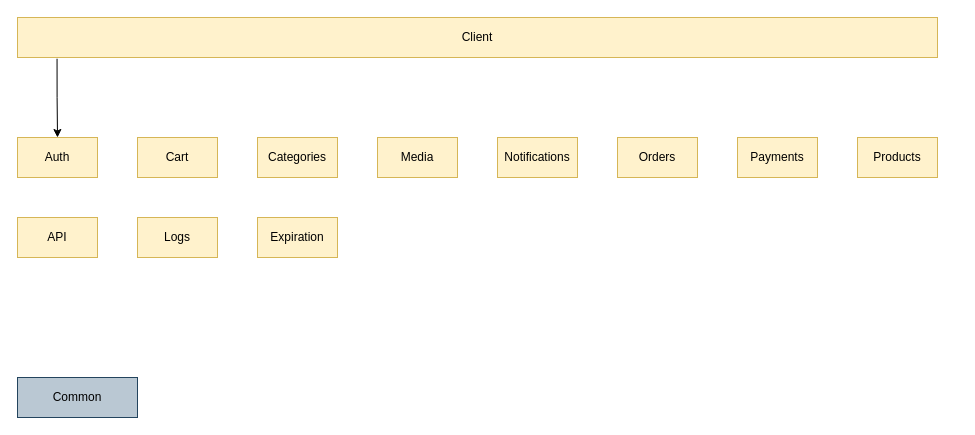
Above: Shop.drawio in r3sdev/shop (draw.io), before the change. Source tidied: cells renumbered, new cells numbered last; positions are measured from the earlier drawing's top-left corner, leaving out a move shared by most shapes. Both pictures are drawn from the tidied source at 100%, with x=0, y=0 at pixel (17, 17).
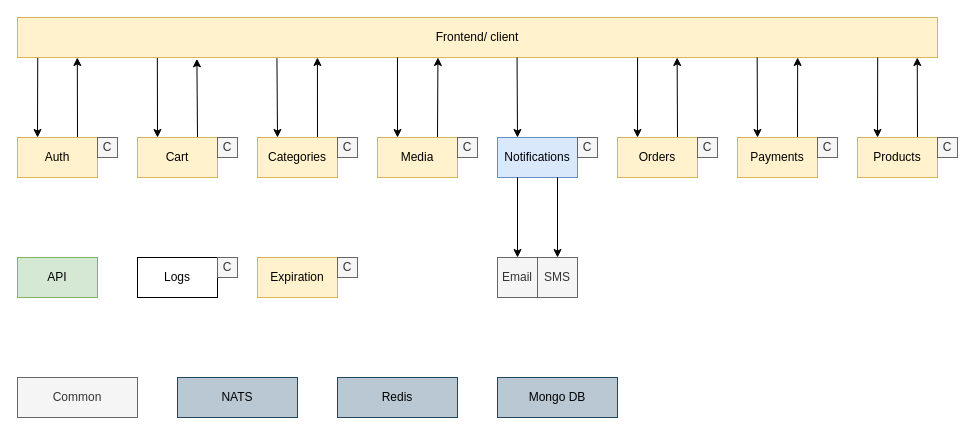
The same diagram, later.

Change to the diagram source:
```diff
@@
-    <mxCell id="2" value="API" style="rounded=0;whiteSpace=wrap;html=1;fillColor=#fff2cc;strokeColor=#d6b656;" parent="1" vertex="1">
-      <mxGeometry y="200" width="80" height="40" as="geometry" />
+    <mxCell id="2" value="API" style="whiteSpace=wrap;html=1;fillColor=#d5e8d4;strokeColor=#82b366;" parent="1" vertex="1">
+      <mxGeometry y="240" width="80" height="40" as="geometry" />
     </mxCell>
+    <mxCell id="16" style="edgeStyle=none;jettySize=auto;html=1;exitX=0.75;exitY=0;exitDx=0;exitDy=0;entryX=0.065;entryY=1;entryDx=0;entryDy=0;entryPerimeter=0;" parent="1" edge="1" source="3" target="7">
+      <mxGeometry relative="1" as="geometry" />
+    </mxCell>
+    <mxCell id="6" style="edgeStyle=none;jettySize=auto;html=1;exitX=0.022;exitY=1;exitDx=0;exitDy=0;entryX=0.25;entryY=0;entryDx=0;entryDy=0;exitPerimeter=0;" parent="1" edge="1" source="7" target="3">
+      <mxGeometry relative="1" as="geometry" />
+    </mxCell>
-    <mxCell id="3" value="Auth" style="rounded=0;whiteSpace=wrap;html=1;fillColor=#fff2cc;strokeColor=#d6b656;glass=0;shadow=0;comic=0;" parent="1" vertex="1">
+    <mxCell id="3" value="Auth" style="whiteSpace=wrap;html=1;fillColor=#fff2cc;strokeColor=#d6b656;glass=0;shadow=0;comic=0;" parent="1" vertex="1">
       <mxGeometry y="120" width="80" height="40" as="geometry" />
     </mxCell>
+    <mxCell id="17" style="edgeStyle=none;jettySize=auto;html=1;exitX=0.152;exitY=1;exitDx=0;exitDy=0;entryX=0.25;entryY=0;entryDx=0;entryDy=0;exitPerimeter=0;" parent="1" edge="1" source="7" target="4">
+      <mxGeometry relative="1" as="geometry" />
+    </mxCell>
+    <mxCell id="18" style="edgeStyle=none;jettySize=auto;html=1;exitX=0.75;exitY=0;exitDx=0;exitDy=0;entryX=0.195;entryY=1.033;entryDx=0;entryDy=0;entryPerimeter=0;" parent="1" edge="1" source="4" target="7">
+      <mxGeometry relative="1" as="geometry" />
+    </mxCell>
-    <mxCell id="4" value="Cart" style="rounded=0;whiteSpace=wrap;html=1;fillColor=#fff2cc;strokeColor=#d6b656;" parent="1" vertex="1">
+    <mxCell id="4" value="Cart" style="whiteSpace=wrap;html=1;fillColor=#fff2cc;strokeColor=#d6b656;" parent="1" vertex="1">
       <mxGeometry x="120" y="120" width="80" height="40" as="geometry" />
     </mxCell>
+    <mxCell id="19" style="edgeStyle=none;jettySize=auto;html=1;exitX=0.282;exitY=1.017;exitDx=0;exitDy=0;entryX=0.25;entryY=0;entryDx=0;entryDy=0;exitPerimeter=0;" parent="1" edge="1" source="7" target="5">
+      <mxGeometry relative="1" as="geometry" />
+    </mxCell>
+    <mxCell id="20" style="edgeStyle=none;jettySize=auto;html=1;exitX=0.75;exitY=0;exitDx=0;exitDy=0;entryX=0.326;entryY=1;entryDx=0;entryDy=0;entryPerimeter=0;" parent="1" edge="1" source="5" target="7">
+      <mxGeometry relative="1" as="geometry" />
+    </mxCell>
-    <mxCell id="5" value="Categories" style="rounded=0;whiteSpace=wrap;html=1;fillColor=#fff2cc;strokeColor=#d6b656;" parent="1" vertex="1">
+    <mxCell id="5" value="Categories" style="whiteSpace=wrap;html=1;fillColor=#fff2cc;strokeColor=#d6b656;" parent="1" vertex="1">
       <mxGeometry x="240" y="120" width="80" height="40" as="geometry" />
     </mxCell>
-    <mxCell id="6" style="edgeStyle=orthogonalEdgeStyle;rounded=0;jettySize=auto;html=1;exitX=0.043;exitY=1.031;exitDx=0;exitDy=0;exitPerimeter=0;entryX=0.5;entryY=0;entryDx=0;entryDy=0;" parent="1" edge="1" source="7" target="3">
-      <mxGeometry relative="1" as="geometry">
-        <Array as="points">
-          <mxPoint x="40" y="80" />
-          <mxPoint x="40" y="80" />
-        </Array>
-      </mxGeometry>
-    </mxCell>
-    <mxCell id="7" value="Client" style="rounded=0;whiteSpace=wrap;html=1;fillColor=#fff2cc;strokeColor=#d6b656;" parent="1" vertex="1">
+    <mxCell id="7" value="Frontend/ client" style="whiteSpace=wrap;html=1;fillColor=#fff2cc;strokeColor=#d6b656;" parent="1" vertex="1">
       <mxGeometry width="920" height="40" as="geometry" />
     </mxCell>
-    <mxCell id="8" value="Common" style="rounded=0;whiteSpace=wrap;html=1;fillColor=#bac8d3;strokeColor=#23445d;" parent="1" vertex="1">
+    <mxCell id="8" value="Common" style="whiteSpace=wrap;html=1;fillColor=#f5f5f5;strokeColor=#666666;fontColor=#333333;" parent="1" vertex="1">
       <mxGeometry y="360" width="120" height="40" as="geometry" />
     </mxCell>
-    <mxCell id="9" value="Expiration" style="rounded=0;whiteSpace=wrap;html=1;fillColor=#fff2cc;strokeColor=#d6b656;" parent="1" vertex="1">
-      <mxGeometry x="240" y="200" width="80" height="40" as="geometry" />
+    <mxCell id="9" value="Expiration" style="whiteSpace=wrap;html=1;fillColor=#fff2cc;strokeColor=#d6b656;" parent="1" vertex="1">
+      <mxGeometry x="240" y="240" width="80" height="40" as="geometry" />
     </mxCell>
-    <mxCell id="10" value="Logs" style="rounded=0;whiteSpace=wrap;html=1;fillColor=#fff2cc;strokeColor=#d6b656;" parent="1" vertex="1">
-      <mxGeometry x="120" y="200" width="80" height="40" as="geometry" />
+    <mxCell id="10" value="Logs" style="whiteSpace=wrap;html=1;" parent="1" vertex="1">
+      <mxGeometry x="120" y="240" width="80" height="40" as="geometry" />
     </mxCell>
+    <mxCell id="21" style="edgeStyle=none;jettySize=auto;html=1;exitX=0.413;exitY=1;exitDx=0;exitDy=0;entryX=0.25;entryY=0;entryDx=0;entryDy=0;exitPerimeter=0;" parent="1" edge="1" source="7" target="11">
+      <mxGeometry relative="1" as="geometry" />
+    </mxCell>
+    <mxCell id="22" style="edgeStyle=none;jettySize=auto;html=1;exitX=0.75;exitY=0;exitDx=0;exitDy=0;entryX=0.457;entryY=1;entryDx=0;entryDy=0;entryPerimeter=0;" parent="1" edge="1" source="11" target="7">
+      <mxGeometry relative="1" as="geometry" />
+    </mxCell>
-    <mxCell id="11" value="Media" style="rounded=0;whiteSpace=wrap;html=1;fillColor=#fff2cc;strokeColor=#d6b656;" parent="1" vertex="1">
+    <mxCell id="11" value="Media" style="whiteSpace=wrap;html=1;fillColor=#fff2cc;strokeColor=#d6b656;" parent="1" vertex="1">
       <mxGeometry x="360" y="120" width="80" height="40" as="geometry" />
     </mxCell>
+    <mxCell id="23" style="edgeStyle=none;jettySize=auto;html=1;exitX=0.543;exitY=1;exitDx=0;exitDy=0;entryX=0.25;entryY=0;entryDx=0;entryDy=0;exitPerimeter=0;" parent="1" edge="1" source="7" target="12">
+      <mxGeometry relative="1" as="geometry" />
+    </mxCell>
-    <mxCell id="12" value="Notifications" style="rounded=0;whiteSpace=wrap;html=1;fillColor=#fff2cc;strokeColor=#d6b656;" parent="1" vertex="1">
+    <mxCell id="12" value="Notifications" style="whiteSpace=wrap;html=1;fillColor=#dae8fc;strokeColor=#6c8ebf;" parent="1" vertex="1">
       <mxGeometry x="480" y="120" width="80" height="40" as="geometry" />
     </mxCell>
+    <mxCell id="24" style="edgeStyle=none;jettySize=auto;html=1;exitX=0.674;exitY=1;exitDx=0;exitDy=0;entryX=0.25;entryY=0;entryDx=0;entryDy=0;exitPerimeter=0;" parent="1" edge="1" source="7" target="13">
+      <mxGeometry relative="1" as="geometry" />
+    </mxCell>
+    <mxCell id="25" style="edgeStyle=none;jettySize=auto;html=1;exitX=0.75;exitY=0;exitDx=0;exitDy=0;entryX=0.717;entryY=1;entryDx=0;entryDy=0;entryPerimeter=0;" parent="1" edge="1" source="13" target="7">
+      <mxGeometry relative="1" as="geometry" />
+    </mxCell>
-    <mxCell id="13" value="Orders" style="rounded=0;whiteSpace=wrap;html=1;fillColor=#fff2cc;strokeColor=#d6b656;" parent="1" vertex="1">
+    <mxCell id="13" value="Orders" style="whiteSpace=wrap;html=1;fillColor=#fff2cc;strokeColor=#d6b656;" parent="1" vertex="1">
       <mxGeometry x="600" y="120" width="80" height="40" as="geometry" />
     </mxCell>
+    <mxCell id="26" style="edgeStyle=none;jettySize=auto;html=1;exitX=0.804;exitY=1;exitDx=0;exitDy=0;entryX=0.25;entryY=0;entryDx=0;entryDy=0;exitPerimeter=0;" parent="1" edge="1" source="7" target="14">
+      <mxGeometry relative="1" as="geometry" />
+    </mxCell>
+    <mxCell id="27" style="edgeStyle=none;jettySize=auto;html=1;exitX=0.75;exitY=0;exitDx=0;exitDy=0;entryX=0.848;entryY=1;entryDx=0;entryDy=0;entryPerimeter=0;" parent="1" edge="1" source="14" target="7">
+      <mxGeometry relative="1" as="geometry" />
+    </mxCell>
-    <mxCell id="14" value="Payments" style="rounded=0;whiteSpace=wrap;html=1;fillColor=#fff2cc;strokeColor=#d6b656;" parent="1" vertex="1">
+    <mxCell id="14" value="Payments" style="whiteSpace=wrap;html=1;fillColor=#fff2cc;strokeColor=#d6b656;" parent="1" vertex="1">
       <mxGeometry x="720" y="120" width="80" height="40" as="geometry" />
     </mxCell>
+    <mxCell id="28" style="edgeStyle=none;jettySize=auto;html=1;exitX=0.935;exitY=1;exitDx=0;exitDy=0;entryX=0.25;entryY=0;entryDx=0;entryDy=0;exitPerimeter=0;" parent="1" edge="1" source="7" target="15">
+      <mxGeometry relative="1" as="geometry" />
+    </mxCell>
+    <mxCell id="29" style="edgeStyle=none;jettySize=auto;html=1;exitX=0.75;exitY=0;exitDx=0;exitDy=0;entryX=0.978;entryY=1;entryDx=0;entryDy=0;entryPerimeter=0;" parent="1" edge="1" source="15" target="7">
+      <mxGeometry relative="1" as="geometry" />
+    </mxCell>
-    <mxCell id="15" value="Products" style="rounded=0;whiteSpace=wrap;html=1;fillColor=#fff2cc;strokeColor=#d6b656;" parent="1" vertex="1">
+    <mxCell id="15" value="Products" style="whiteSpace=wrap;html=1;fillColor=#fff2cc;strokeColor=#d6b656;" parent="1" vertex="1">
       <mxGeometry x="840" y="120" width="80" height="40" as="geometry" />
     </mxCell>
+    <mxCell id="30" style="edgeStyle=none;jettySize=auto;html=1;exitX=0.25;exitY=1;exitDx=0;exitDy=0;entryX=0.5;entryY=0;entryDx=0;entryDy=0;" parent="1" edge="1" source="12" target="31">
+      <mxGeometry relative="1" as="geometry" />
+    </mxCell>
+    <mxCell id="31" value="Email" style="whiteSpace=wrap;html=1;fillColor=#f5f5f5;strokeColor=#666666;fontColor=#333333;" parent="1" vertex="1">
+      <mxGeometry x="480" y="240" width="40" height="40" as="geometry" />
+    </mxCell>
+    <mxCell id="32" style="edgeStyle=none;jettySize=auto;html=1;exitX=0.75;exitY=1;exitDx=0;exitDy=0;entryX=0.5;entryY=0;entryDx=0;entryDy=0;" parent="1" edge="1" source="12" target="33">
+      <mxGeometry relative="1" as="geometry" />
+    </mxCell>
+    <mxCell id="33" value="SMS" style="whiteSpace=wrap;html=1;fillColor=#f5f5f5;strokeColor=#666666;fontColor=#333333;" parent="1" vertex="1">
+      <mxGeometry x="520" y="240" width="40" height="40" as="geometry" />
+    </mxCell>
+    <mxCell id="34" value="NATS" style="whiteSpace=wrap;html=1;fillColor=#bac8d3;strokeColor=#23445d;" parent="1" vertex="1">
+      <mxGeometry x="160" y="360" width="120" height="40" as="geometry" />
+    </mxCell>
+    <mxCell id="35" value="Redis" style="whiteSpace=wrap;html=1;fillColor=#bac8d3;strokeColor=#23445d;" parent="1" vertex="1">
+      <mxGeometry x="320" y="360" width="120" height="40" as="geometry" />
+    </mxCell>
+    <mxCell id="36" value="Mongo DB" style="whiteSpace=wrap;html=1;fillColor=#bac8d3;strokeColor=#23445d;" parent="1" vertex="1">
+      <mxGeometry x="480" y="360" width="120" height="40" as="geometry" />
+    </mxCell>
+    <mxCell id="37" value="C" style="whiteSpace=wrap;html=1;fillColor=#f5f5f5;strokeColor=#666666;fontColor=#333333;" parent="1" vertex="1">
+      <mxGeometry x="80" y="120" width="20" height="20" as="geometry" />
+    </mxCell>
+    <mxCell id="38" value="C" style="whiteSpace=wrap;html=1;fillColor=#f5f5f5;strokeColor=#666666;fontColor=#333333;" parent="1" vertex="1">
+      <mxGeometry x="200" y="120" width="20" height="20" as="geometry" />
+    </mxCell>
+    <mxCell id="39" value="C" style="whiteSpace=wrap;html=1;fillColor=#f5f5f5;strokeColor=#666666;fontColor=#333333;" parent="1" vertex="1">
+      <mxGeometry x="320" y="120" width="20" height="20" as="geometry" />
+    </mxCell>
+    <mxCell id="40" value="C" style="whiteSpace=wrap;html=1;fillColor=#f5f5f5;strokeColor=#666666;fontColor=#333333;" parent="1" vertex="1">
+      <mxGeometry x="440" y="120" width="20" height="20" as="geometry" />
+    </mxCell>
+    <mxCell id="41" value="C" style="whiteSpace=wrap;html=1;fillColor=#f5f5f5;strokeColor=#666666;fontColor=#333333;" parent="1" vertex="1">
+      <mxGeometry x="200" y="240" width="20" height="20" as="geometry" />
+    </mxCell>
+    <mxCell id="42" value="C" style="whiteSpace=wrap;html=1;fillColor=#f5f5f5;strokeColor=#666666;fontColor=#333333;" parent="1" vertex="1">
+      <mxGeometry x="320" y="240" width="20" height="20" as="geometry" />
+    </mxCell>
+    <mxCell id="43" value="C" style="whiteSpace=wrap;html=1;fillColor=#f5f5f5;strokeColor=#666666;fontColor=#333333;" parent="1" vertex="1">
+      <mxGeometry x="560" y="120" width="20" height="20" as="geometry" />
+    </mxCell>
+    <mxCell id="44" value="C" style="whiteSpace=wrap;html=1;fillColor=#f5f5f5;strokeColor=#666666;fontColor=#333333;" parent="1" vertex="1">
+      <mxGeometry x="680" y="120" width="20" height="20" as="geometry" />
+    </mxCell>
+    <mxCell id="45" value="C" style="whiteSpace=wrap;html=1;fillColor=#f5f5f5;strokeColor=#666666;fontColor=#333333;" parent="1" vertex="1">
+      <mxGeometry x="800" y="120" width="20" height="20" as="geometry" />
+    </mxCell>
+    <mxCell id="46" value="C" style="whiteSpace=wrap;html=1;fillColor=#f5f5f5;strokeColor=#666666;fontColor=#333333;" parent="1" vertex="1">
+      <mxGeometry x="920" y="120" width="20" height="20" as="geometry" />
+    </mxCell>
```
